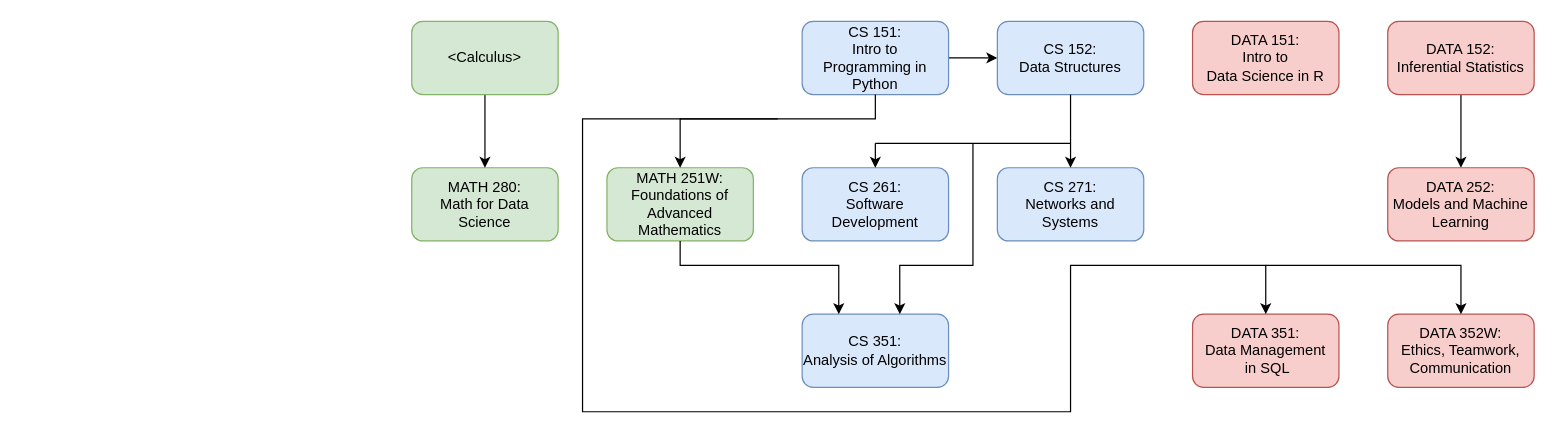
cd-public/cd-public.github.io keeps this draw.io diagram as advising/photos/src.drawio. Above is the earlier version. Source tidied: cells renumbered, new cells numbered last; positions are measured from the earlier drawing's top-left corner, leaving out a move shared by most shapes. Both pictures are drawn from the tidied source at 122%, with x=0, y=0 at pixel (411, 21).
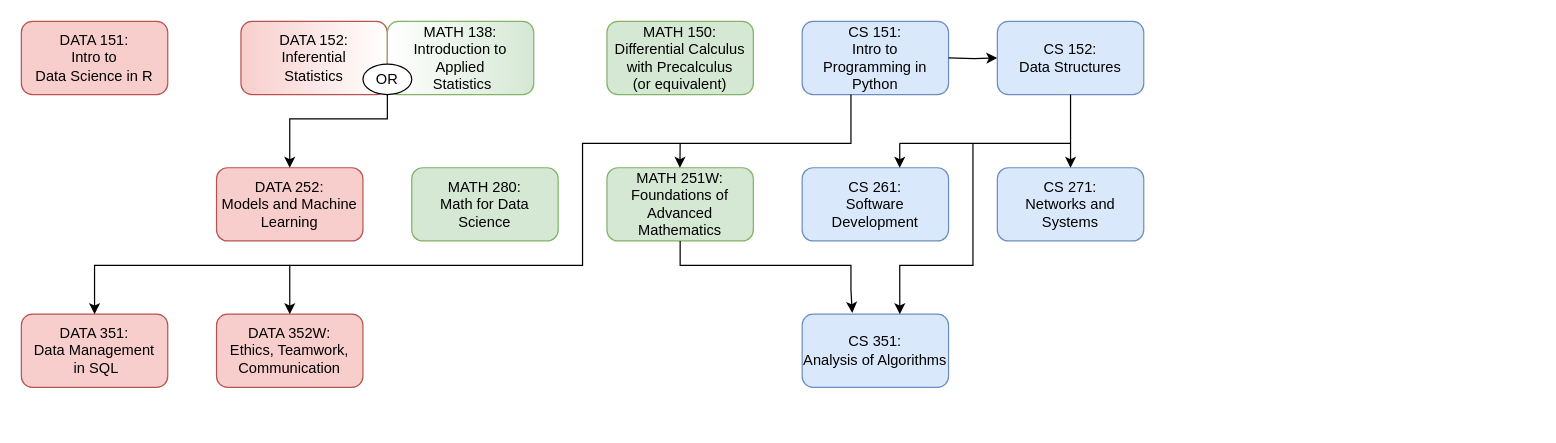
The same page after the edit.

Unchanged cells that the change refers to:
```xml
<mxCell id="3" value="&lt;div&gt;CS 151: &lt;br&gt;&lt;/div&gt;&lt;div&gt;Intro to &lt;br&gt;&lt;/div&gt;&lt;div&gt;Programming in Python&lt;/div&gt;" style="rounded=1;whiteSpace=wrap;html=1;fillColor=#dae8fc;strokeColor=#6c8ebf;" parent="1" vertex="1">
  <mxGeometry x="320" width="120" height="60" as="geometry" />
</mxCell>
<mxCell id="9" value="&lt;div&gt;MATH 280:&lt;/div&gt;&lt;div&gt;Math for Data Science&lt;br&gt;&lt;/div&gt;" style="rounded=1;whiteSpace=wrap;html=1;fillColor=#d5e8d4;strokeColor=#82b366;" parent="1" vertex="1">
  <mxGeometry y="120" width="120" height="60" as="geometry" />
</mxCell>
<mxCell id="11" value="&lt;div&gt;CS 261:&lt;/div&gt;&lt;div&gt;Software Development&lt;br&gt;&lt;/div&gt;" style="rounded=1;whiteSpace=wrap;html=1;fillColor=#dae8fc;strokeColor=#6c8ebf;" parent="1" vertex="1">
  <mxGeometry x="320" y="120" width="120" height="60" as="geometry" />
</mxCell>
<mxCell id="13" value="&lt;div&gt;CS 351:&lt;/div&gt;&lt;div&gt;Analysis of Algorithms&lt;br&gt;&lt;/div&gt;" style="rounded=1;whiteSpace=wrap;html=1;fillColor=#dae8fc;strokeColor=#6c8ebf;" parent="1" vertex="1">
  <mxGeometry x="320" y="240" width="120" height="60" as="geometry" />
</mxCell>
```

Change to the diagram source:
```diff
@@
-    <mxCell id="2" style="edgeStyle=orthogonalEdgeStyle;rounded=0;jettySize=auto;html=1;" parent="1" edge="1" source="3" target="4">
-      <mxGeometry relative="1" as="geometry" />
-    </mxCell>
@@
-    <mxCell id="4" value="&lt;div&gt;CS 152:&lt;/div&gt;&lt;div&gt;Data Structures&lt;br&gt;&lt;/div&gt;" style="rounded=1;whiteSpace=wrap;html=1;fillColor=#dae8fc;strokeColor=#6c8ebf;" parent="1" vertex="1">
-      <mxGeometry x="480" width="120" height="60" as="geometry" />
-    </mxCell>
     <mxCell id="5" value="&lt;div&gt;DATA 151:&lt;/div&gt;&lt;div&gt;Intro to &lt;br&gt;&lt;/div&gt;&lt;div&gt;Data Science in R&lt;br&gt;&lt;/div&gt;" style="rounded=1;whiteSpace=wrap;html=1;fillColor=#f8cecc;strokeColor=#b85450;" parent="1" vertex="1">
-      <mxGeometry x="640" width="120" height="60" as="geometry" />
+      <mxGeometry x="-320" width="120" height="60" as="geometry" />
     </mxCell>
-    <mxCell id="6" style="edgeStyle=orthogonalEdgeStyle;rounded=0;jettySize=auto;html=1;" parent="1" edge="1" source="7" target="10">
-      <mxGeometry relative="1" as="geometry" />
-    </mxCell>
-    <mxCell id="7" value="&lt;div&gt;DATA 152:&lt;/div&gt;&lt;div&gt;Inferential Statistics&lt;br&gt;&lt;/div&gt;" style="rounded=1;whiteSpace=wrap;html=1;fillColor=#f8cecc;strokeColor=#b85450;" parent="1" vertex="1">
-      <mxGeometry x="800" width="120" height="60" as="geometry" />
+    <mxCell id="7" value="&lt;div&gt;DATA 152:&lt;/div&gt;&lt;div&gt;Inferential &lt;br&gt;&lt;/div&gt;&lt;div&gt;Statistics&lt;br&gt;&lt;/div&gt;" style="rounded=1;whiteSpace=wrap;html=1;fillColor=#f8cecc;strokeColor=#b85450;gradientColor=#ffffff;gradientDirection=east;" parent="1" vertex="1">
+      <mxGeometry x="-140" width="120" height="60" as="geometry" />
     </mxCell>
-    <mxCell id="8" value="&lt;div&gt;MATH 251W:&lt;/div&gt;&lt;div&gt;Foundations of Advanced Mathematics&lt;br&gt;&lt;/div&gt;" style="rounded=1;whiteSpace=wrap;html=1;fillColor=#d5e8d4;strokeColor=#82b366;" parent="1" vertex="1">
-      <mxGeometry x="160" y="120" width="120" height="60" as="geometry" />
-    </mxCell>
@@
     <mxCell id="10" value="&lt;div&gt;DATA 252:&lt;/div&gt;&lt;div&gt;Models and Machine Learning&lt;br&gt;&lt;/div&gt;" style="rounded=1;whiteSpace=wrap;html=1;fillColor=#f8cecc;strokeColor=#b85450;" parent="1" vertex="1">
-      <mxGeometry x="800" y="120" width="120" height="60" as="geometry" />
+      <mxGeometry x="-160" y="120" width="120" height="60" as="geometry" />
     </mxCell>
+    <mxCell id="14" value="&lt;div&gt;DATA 351:&lt;/div&gt;&lt;div&gt;Data Management&lt;/div&gt;&lt;div&gt;&amp;nbsp;in SQL&lt;br&gt;&lt;/div&gt;" style="rounded=1;whiteSpace=wrap;html=1;fillColor=#f8cecc;strokeColor=#b85450;" parent="1" vertex="1">
+      <mxGeometry x="-320" y="240" width="120" height="60" as="geometry" />
+    </mxCell>
+    <mxCell id="15" value="&lt;div&gt;DATA 352W:&lt;/div&gt;&lt;div&gt;Ethics, Teamwork,&lt;/div&gt;&lt;div&gt;Communication&lt;br&gt;&lt;/div&gt;" style="rounded=1;whiteSpace=wrap;html=1;fillColor=#f8cecc;strokeColor=#b85450;" parent="1" vertex="1">
+      <mxGeometry x="-160" y="240" width="120" height="60" as="geometry" />
+    </mxCell>
+    <mxCell id="26" style="endArrow=classic;html=1;rounded=0;entryX=0.5;entryY=0;entryDx=0;entryDy=0;" parent="1" edge="1" target="15">
+      <mxGeometry relative="1" as="geometry">
+        <mxPoint x="360" y="60" as="sourcePoint" />
+        <Array as="points">
+          <mxPoint x="360" y="80" />
+          <mxPoint x="360" y="100" />
+          <mxPoint x="240" y="100" />
+          <mxPoint x="140" y="100" />
+          <mxPoint x="140" y="200" />
+          <mxPoint x="-100" y="200" />
+        </Array>
+      </mxGeometry>
+    </mxCell>
+    <mxCell id="27" value="&lt;div&gt;MATH 150: Differential Calculus with Precalculus&lt;/div&gt;&lt;div&gt;(or equivalent)&lt;br&gt;&lt;/div&gt;" style="rounded=1;whiteSpace=wrap;html=1;fillColor=#d5e8d4;strokeColor=#82b366;" parent="1" vertex="1">
+      <mxGeometry x="160" width="120" height="60" as="geometry" />
+    </mxCell>
+    <mxCell id="28" value="&lt;div&gt;MATH 138: Introduction to Applied&lt;/div&gt;&lt;div&gt;&amp;nbsp;Statistics &lt;/div&gt;" style="rounded=1;whiteSpace=wrap;html=1;fillColor=#d5e8d4;strokeColor=#82b366;sketch=0;gradientColor=#ffffff;gradientDirection=west;" parent="1" vertex="1">
+      <mxGeometry x="-20" width="120" height="60" as="geometry" />
+    </mxCell>
+    <mxCell id="29" value="OR" style="ellipse;whiteSpace=wrap;html=1;" parent="1" vertex="1">
+      <mxGeometry x="-40" y="35" width="40" height="25" as="geometry" />
+    </mxCell>
+    <mxCell id="30" style="endArrow=classic;html=1;rounded=0;entryX=0.5;entryY=0;entryDx=0;entryDy=0;" parent="1" edge="1" target="14">
+      <mxGeometry relative="1" as="geometry">
+        <mxPoint x="-100" y="200" as="sourcePoint" />
+        <Array as="points">
+          <mxPoint x="-260" y="200" />
+        </Array>
+      </mxGeometry>
+    </mxCell>
+    <mxCell id="8" value="&lt;div&gt;MATH 251W:&lt;/div&gt;&lt;div&gt;Foundations of Advanced Mathematics&lt;br&gt;&lt;/div&gt;" style="rounded=1;whiteSpace=wrap;html=1;fillColor=#d5e8d4;strokeColor=#82b366;" parent="1" vertex="1">
+      <mxGeometry x="160" y="120" width="120" height="60" as="geometry" />
+    </mxCell>
+    <mxCell id="31" style="edgeStyle=orthogonalEdgeStyle;rounded=0;jettySize=auto;html=1;" parent="1" edge="1" target="4">
+      <mxGeometry relative="1" as="geometry">
+        <mxPoint x="440" y="30" as="sourcePoint" />
+      </mxGeometry>
+    </mxCell>
+    <mxCell id="4" value="&lt;div&gt;CS 152:&lt;/div&gt;&lt;div&gt;Data Structures&lt;br&gt;&lt;/div&gt;" style="rounded=1;whiteSpace=wrap;html=1;fillColor=#dae8fc;strokeColor=#6c8ebf;" parent="1" vertex="1">
+      <mxGeometry x="480" width="120" height="60" as="geometry" />
+    </mxCell>
@@
-    <mxCell id="14" value="&lt;div&gt;DATA 351:&lt;/div&gt;&lt;div&gt;Data Management&lt;/div&gt;&lt;div&gt;&amp;nbsp;in SQL&lt;br&gt;&lt;/div&gt;" style="rounded=1;whiteSpace=wrap;html=1;fillColor=#f8cecc;strokeColor=#b85450;" parent="1" vertex="1">
-      <mxGeometry x="640" y="240" width="120" height="60" as="geometry" />
-    </mxCell>
-    <mxCell id="15" value="&lt;div&gt;DATA 352W:&lt;/div&gt;&lt;div&gt;Ethics, Teamwork,&lt;/div&gt;&lt;div&gt;Communication&lt;br&gt;&lt;/div&gt;" style="rounded=1;whiteSpace=wrap;html=1;fillColor=#f8cecc;strokeColor=#b85450;" parent="1" vertex="1">
-      <mxGeometry x="800" y="240" width="120" height="60" as="geometry" />
-    </mxCell>
@@
-    <mxCell id="17" style="endArrow=none;html=1;rounded=0;" parent="1" edge="1">
-      <mxGeometry relative="1" as="geometry">
-        <mxPoint x="380" y="100" as="sourcePoint" />
-        <mxPoint x="540" y="100" as="targetPoint" />
-      </mxGeometry>
-    </mxCell>
-    <mxCell id="18" style="endArrow=classic;html=1;rounded=0;entryX=0.5;entryY=0;entryDx=0;entryDy=0;" parent="1" edge="1" target="11">
-      <mxGeometry relative="1" as="geometry">
-        <mxPoint x="380" y="100" as="sourcePoint" />
-      </mxGeometry>
-    </mxCell>
-    <mxCell id="19" style="endArrow=classic;html=1;rounded=0;exitX=0.5;exitY=1;exitDx=0;exitDy=0;entryX=0.5;entryY=0;entryDx=0;entryDy=0;" parent="1" edge="1" source="3" target="8">
-      <mxGeometry relative="1" as="geometry">
-        <Array as="points">
-          <mxPoint x="380" y="80" />
-          <mxPoint x="220" y="80" />
-        </Array>
-      </mxGeometry>
-    </mxCell>
-    <mxCell id="20" style="endArrow=classic;html=1;rounded=0;entryX=0.5;entryY=0;entryDx=0;entryDy=0;" parent="1" edge="1" target="14">
-      <mxGeometry relative="1" as="geometry">
-        <mxPoint x="300" y="80" as="sourcePoint" />
-        <Array as="points">
-          <mxPoint x="140" y="80" />
-          <mxPoint x="140" y="320" />
-          <mxPoint x="300" y="320" />
-          <mxPoint x="540" y="320" />
-          <mxPoint x="540" y="200" />
-          <mxPoint x="700" y="200" />
-        </Array>
-      </mxGeometry>
-    </mxCell>
-    <mxCell id="21" style="endArrow=classic;html=1;rounded=0;entryX=0.5;entryY=0;entryDx=0;entryDy=0;" parent="1" edge="1" target="15">
-      <mxGeometry relative="1" as="geometry">
-        <mxPoint x="700" y="200" as="sourcePoint" />
-        <Array as="points">
-          <mxPoint x="860" y="200" />
-        </Array>
-      </mxGeometry>
-    </mxCell>
-    <mxCell id="22" style="edgeStyle=orthogonalEdgeStyle;rounded=0;jettySize=auto;html=1;" parent="1" edge="1" source="23" target="9">
-      <mxGeometry relative="1" as="geometry" />
-    </mxCell>
-    <mxCell id="23" value="&amp;lt;Calculus&amp;gt;" style="rounded=1;whiteSpace=wrap;html=1;fillColor=#d5e8d4;strokeColor=#82b366;" parent="1" vertex="1">
-      <mxGeometry width="120" height="60" as="geometry" />
-    </mxCell>
-    <mxCell id="24" style="endArrow=classic;html=1;rounded=0;exitX=0.5;exitY=1;exitDx=0;exitDy=0;entryX=0.25;entryY=0;entryDx=0;entryDy=0;" parent="1" edge="1" source="8" target="13">
-      <mxGeometry relative="1" as="geometry">
-        <Array as="points">
-          <mxPoint x="220" y="200" />
-          <mxPoint x="350" y="200" />
-        </Array>
-      </mxGeometry>
-    </mxCell>
-    <mxCell id="25" style="endArrow=classic;html=1;rounded=0;entryX=0.667;entryY=0;entryDx=0;entryDy=0;entryPerimeter=0;" parent="1" edge="1" target="13">
-      <mxGeometry relative="1" as="geometry">
-        <mxPoint x="460" y="100" as="sourcePoint" />
-        <Array as="points">
-          <mxPoint x="460" y="200" />
-          <mxPoint x="400" y="200" />
-        </Array>
-      </mxGeometry>
-    </mxCell>
+    <mxCell id="32" style="endArrow=classic;html=1;rounded=0;entryX=0.667;entryY=0;entryDx=0;entryDy=0;entryPerimeter=0;" parent="1" edge="1" target="13">
+      <mxGeometry relative="1" as="geometry">
+        <mxPoint x="460" y="100" as="sourcePoint" />
+        <Array as="points">
+          <mxPoint x="460" y="200" />
+          <mxPoint x="400" y="200" />
+        </Array>
+      </mxGeometry>
+    </mxCell>
+    <mxCell id="33" style="endArrow=classic;html=1;rounded=0;exitX=0.5;exitY=1;exitDx=0;exitDy=0;entryX=0.342;entryY=-0.017;entryDx=0;entryDy=0;entryPerimeter=0;" parent="1" edge="1" target="13">
+      <mxGeometry relative="1" as="geometry">
+        <mxPoint x="220" y="180" as="sourcePoint" />
+        <Array as="points">
+          <mxPoint x="220" y="200" />
+          <mxPoint x="360" y="200" />
+          <mxPoint x="360" y="220" />
+        </Array>
+      </mxGeometry>
+    </mxCell>
+    <mxCell id="34" style="endArrow=classic;html=1;rounded=0;" parent="1" edge="1">
+      <mxGeometry relative="1" as="geometry">
+        <mxPoint x="220" y="100" as="sourcePoint" />
+        <mxPoint x="219.8" y="120" as="targetPoint" />
+      </mxGeometry>
+    </mxCell>
+    <mxCell id="35" style="endArrow=none;html=1;rounded=0;" parent="1" edge="1">
+      <mxGeometry relative="1" as="geometry">
+        <mxPoint x="400" y="100" as="sourcePoint" />
+        <mxPoint x="540" y="100" as="targetPoint" />
+      </mxGeometry>
+    </mxCell>
+    <mxCell id="36" style="endArrow=classic;html=1;rounded=0;entryX=0.5;entryY=0;entryDx=0;entryDy=0;exitX=0.5;exitY=1;exitDx=0;exitDy=0;" parent="1" edge="1" source="29">
+      <mxGeometry relative="1" as="geometry">
+        <mxPoint x="-100" y="120" as="targetPoint" />
+        <Array as="points">
+          <mxPoint x="-20" y="80" />
+          <mxPoint x="-100" y="80" />
+        </Array>
+      </mxGeometry>
+    </mxCell>
+    <mxCell id="37" style="endArrow=classic;html=1;rounded=0;" parent="1" edge="1">
+      <mxGeometry relative="1" as="geometry">
+        <mxPoint x="400" y="100" as="sourcePoint" />
+        <mxPoint x="400" y="120" as="targetPoint" />
+      </mxGeometry>
+    </mxCell>
```
